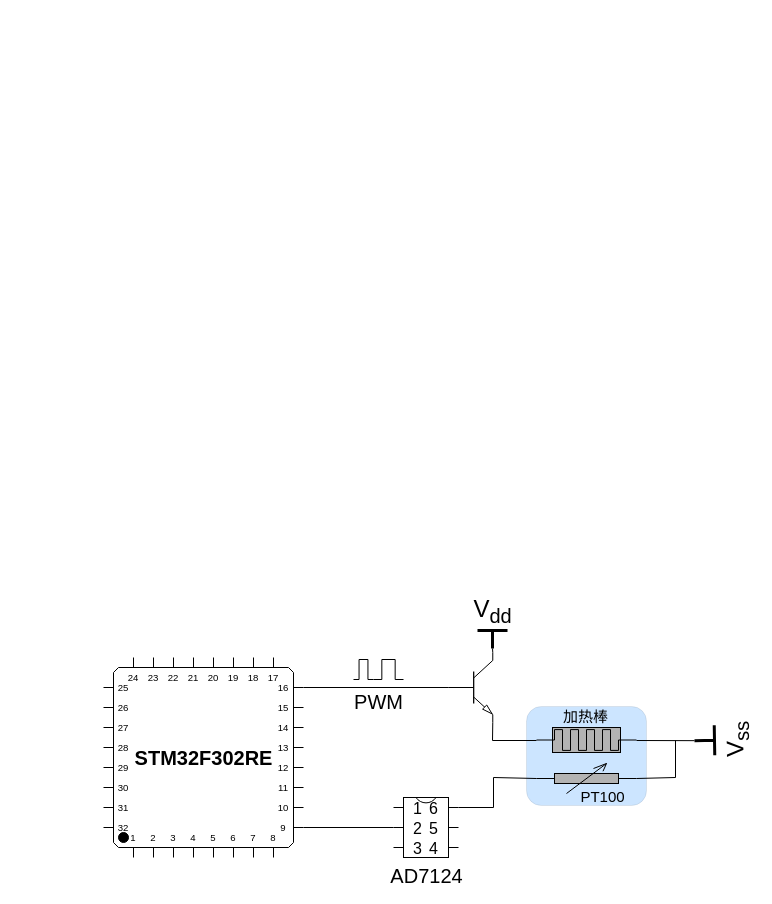
Above: tempCtrl.drawio in ShadowThree/drawing_draw_io (draw.io), before the change. Source tidied: cells renumbered, new cells numbered last; positions are measured from the earlier drawing's top-left corner, leaving out a move shared by most shapes. Both pictures are drawn from the tidied source at 100%, with x=0, y=0 at pixel (103, 630).
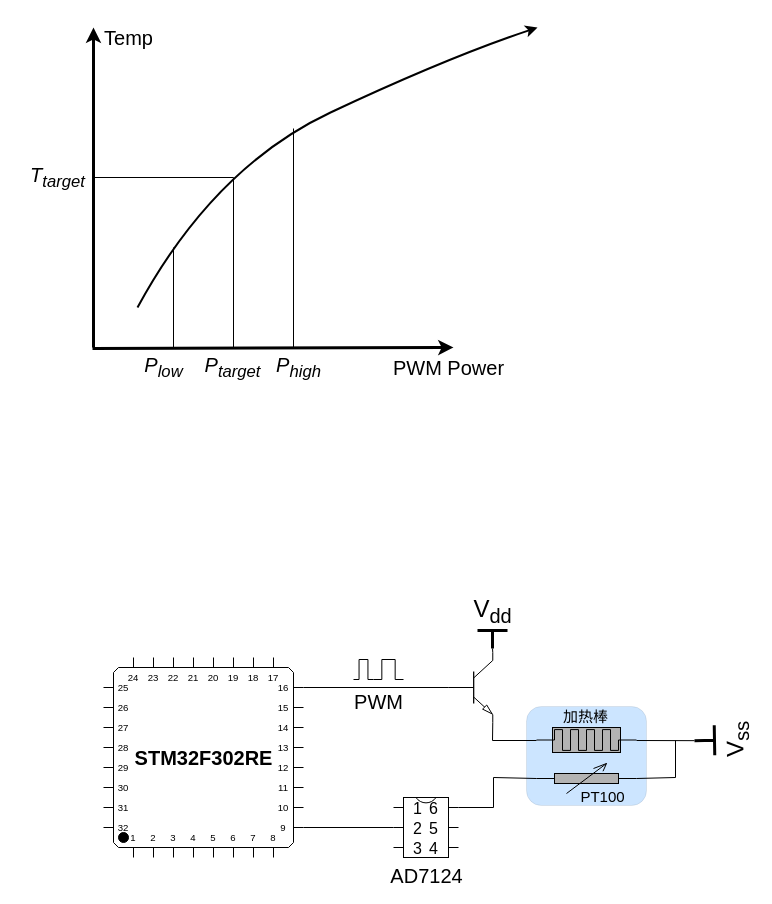
The same diagram, later.

Diff of the diagram source:
```diff
@@
+    <mxCell id="22" style="endArrow=classic;html=1;rounded=0;strokeWidth=3;" parent="1" edge="1">
+      <mxGeometry relative="1" as="geometry">
+        <mxPoint x="-11" y="-282" as="sourcePoint" />
+        <mxPoint x="350" y="-283" as="targetPoint" />
+      </mxGeometry>
+    </mxCell>
+    <mxCell id="23" style="endArrow=classic;html=1;rounded=0;strokeWidth=3;" parent="1" edge="1">
+      <mxGeometry relative="1" as="geometry">
+        <mxPoint x="-10" y="-283" as="sourcePoint" />
+        <mxPoint x="-10" y="-603" as="targetPoint" />
+      </mxGeometry>
+    </mxCell>
+    <mxCell id="24" style="curved=1;endArrow=classic;html=1;rounded=0;strokeWidth=2;" parent="1" edge="1">
+      <mxGeometry relative="1" as="geometry">
+        <mxPoint x="34" y="-323" as="sourcePoint" />
+        <mxPoint x="434" y="-603" as="targetPoint" />
+        <Array as="points">
+          <mxPoint x="110" y="-463" />
+          <mxPoint x="344" y="-573" />
+        </Array>
+      </mxGeometry>
+    </mxCell>
+    <mxCell id="25" style="endArrow=none;html=1;rounded=0;strokeWidth=1;" parent="1" edge="1">
+      <mxGeometry relative="1" as="geometry">
+        <mxPoint x="70" y="-283" as="sourcePoint" />
+        <mxPoint x="70" y="-383" as="targetPoint" />
+      </mxGeometry>
+    </mxCell>
+    <mxCell id="26" style="endArrow=none;html=1;rounded=0;strokeWidth=1;" parent="1" edge="1">
+      <mxGeometry relative="1" as="geometry">
+        <mxPoint x="130" y="-283" as="sourcePoint" />
+        <mxPoint x="130" y="-453" as="targetPoint" />
+      </mxGeometry>
+    </mxCell>
+    <mxCell id="27" style="endArrow=none;html=1;rounded=0;strokeWidth=1;" parent="1" edge="1">
+      <mxGeometry relative="1" as="geometry">
+        <mxPoint x="190" y="-282" as="sourcePoint" />
+        <mxPoint x="190" y="-502" as="targetPoint" />
+      </mxGeometry>
+    </mxCell>
+    <mxCell id="28" style="endArrow=none;html=1;rounded=0;strokeWidth=1;" parent="1" edge="1">
+      <mxGeometry relative="1" as="geometry">
+        <mxPoint x="-10" y="-453" as="sourcePoint" />
+        <mxPoint x="130" y="-453" as="targetPoint" />
+      </mxGeometry>
+    </mxCell>
+    <mxCell id="29" value="&lt;i style=&quot;font-size: 20px;&quot;&gt;T&lt;sub&gt;target&lt;/sub&gt;&lt;/i&gt;" style="text;html=1;align=center;verticalAlign=middle;strokeColor=none;fillColor=none;" parent="1" vertex="1">
+      <mxGeometry x="-86" y="-473" width="80" height="40" as="geometry" />
+    </mxCell>
+    <mxCell id="30" value="&lt;span style=&quot;font-size: 20px;&quot;&gt;&lt;i&gt;P&lt;sub&gt;target&lt;/sub&gt;&lt;/i&gt;&lt;/span&gt;" style="text;html=1;align=center;verticalAlign=middle;strokeColor=none;fillColor=none;" parent="1" vertex="1">
+      <mxGeometry x="89" y="-283" width="80" height="40" as="geometry" />
+    </mxCell>
+    <mxCell id="31" value="&lt;span style=&quot;font-size: 20px;&quot;&gt;&lt;i&gt;P&lt;sub&gt;low&lt;/sub&gt;&lt;/i&gt;&lt;/span&gt;" style="text;html=1;align=center;verticalAlign=middle;strokeColor=none;fillColor=none;" parent="1" vertex="1">
+      <mxGeometry x="30" y="-283" width="60" height="40" as="geometry" />
+    </mxCell>
+    <mxCell id="32" value="&lt;span style=&quot;font-size: 20px;&quot;&gt;&lt;i&gt;P&lt;sub&gt;high&lt;/sub&gt;&lt;/i&gt;&lt;/span&gt;" style="text;html=1;align=center;verticalAlign=middle;strokeColor=none;fillColor=none;" parent="1" vertex="1">
+      <mxGeometry x="160" y="-283" width="70" height="40" as="geometry" />
+    </mxCell>
+    <mxCell id="33" value="PWM Power" style="text;html=1;align=center;verticalAlign=middle;strokeColor=none;fillColor=none;fontSize=20;" parent="1" vertex="1">
+      <mxGeometry x="280" y="-283" width="130" height="40" as="geometry" />
+    </mxCell>
+    <mxCell id="34" value="Temp" style="text;html=1;align=center;verticalAlign=middle;strokeColor=none;fillColor=none;fontSize=20;" parent="1" vertex="1">
+      <mxGeometry x="-10" y="-613" width="70" height="40" as="geometry" />
+    </mxCell>
```
